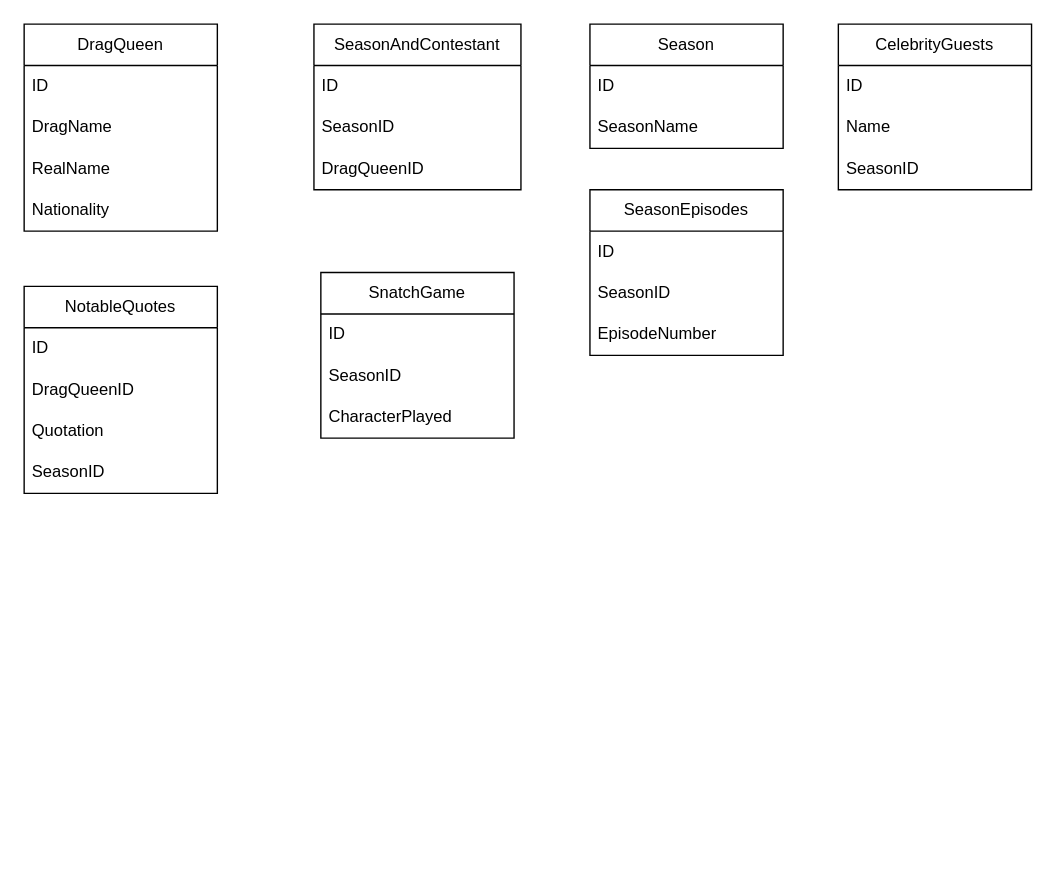
Earlier version of the draw.io diagram Rupaul's Drag Race.drawio (jellyfishfingers/RuPaulDragRace). Source tidied: cells renumbered, new cells numbered last; positions are measured from the earlier drawing's top-left corner, leaving out a move shared by most shapes. Both pictures are drawn from the tidied source at 138%, with x=0, y=0 at pixel (23, 23).
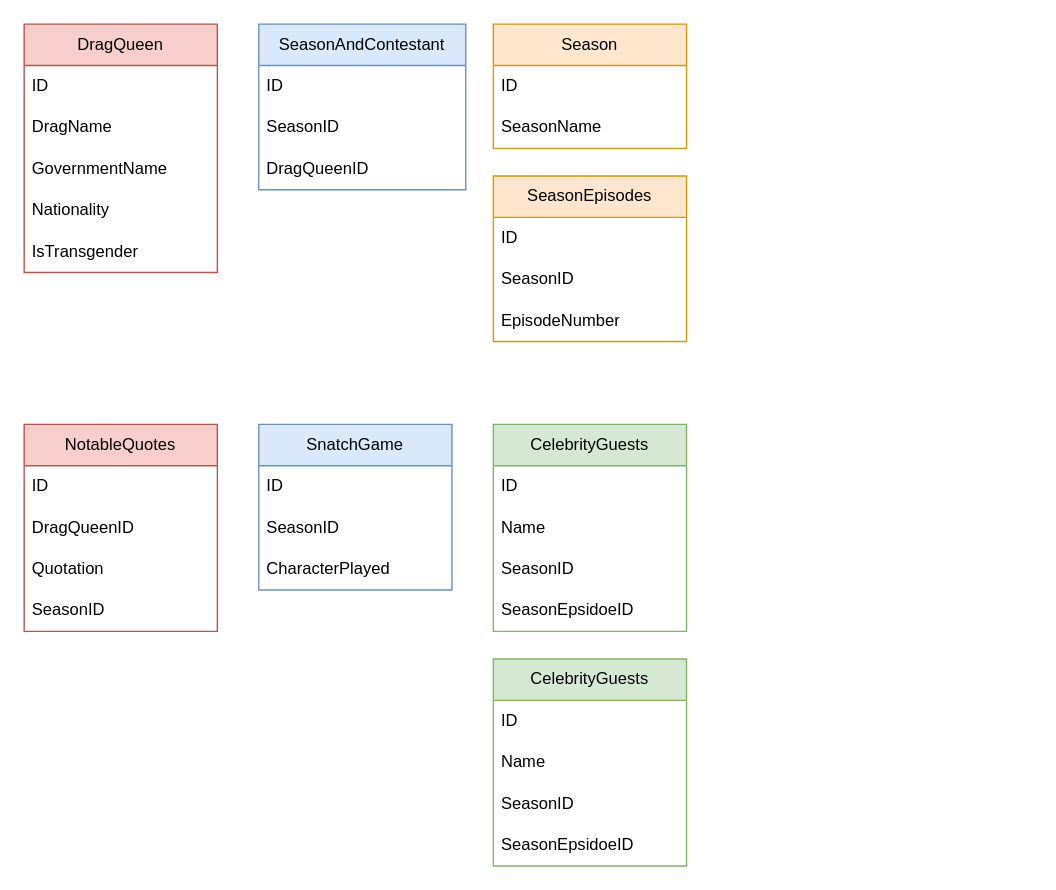
Above is the later version.

Change to the diagram source:
```diff
@@
-    <mxCell id="2" value="DragQueen" style="swimlane;fontStyle=0;horizontal=1;startSize=30;whiteSpace=wrap;html=1;" parent="1" vertex="1">
-      <mxGeometry width="140" height="150" as="geometry" />
+    <mxCell id="2" value="DragQueen" style="swimlane;fontStyle=0;horizontal=1;startSize=30;whiteSpace=wrap;html=1;fillColor=#f8cecc;strokeColor=#b85450;" parent="1" vertex="1">
+      <mxGeometry width="140" height="180" as="geometry" />
     </mxCell>
@@
-    <mxCell id="5" value="RealName" style="text;strokeColor=none;fillColor=none;align=left;verticalAlign=middle;spacingLeft=4;spacingRight=4;overflow=hidden;whiteSpace=wrap;html=1;" parent="2" vertex="1">
+    <mxCell id="5" value="GovernmentName" style="text;strokeColor=none;fillColor=none;align=left;verticalAlign=middle;spacingLeft=4;spacingRight=4;overflow=hidden;whiteSpace=wrap;html=1;" parent="2" vertex="1">
       <mxGeometry y="90" width="140" height="30" as="geometry" />
     </mxCell>
@@
+    <mxCell id="31" value="IsTransgender" style="text;strokeColor=none;fillColor=none;align=left;verticalAlign=middle;spacingLeft=4;spacingRight=4;overflow=hidden;whiteSpace=wrap;html=1;" parent="2" vertex="1">
+      <mxGeometry y="150" width="140" height="30" as="geometry" />
+    </mxCell>
-    <mxCell id="7" value="NotableQuotes" style="swimlane;fontStyle=0;horizontal=1;startSize=30;whiteSpace=wrap;html=1;" parent="1" vertex="1">
-      <mxGeometry y="190" width="140" height="150" as="geometry" />
+    <mxCell id="7" value="NotableQuotes" style="swimlane;fontStyle=0;horizontal=1;startSize=30;whiteSpace=wrap;html=1;fillColor=#f8cecc;strokeColor=#b85450;" parent="1" vertex="1">
+      <mxGeometry y="290" width="140" height="150" as="geometry" />
     </mxCell>
@@
-    <mxCell id="12" value="Season" style="swimlane;fontStyle=0;horizontal=1;startSize=30;whiteSpace=wrap;html=1;" parent="1" vertex="1">
-      <mxGeometry x="410" width="140" height="90" as="geometry" />
+    <mxCell id="12" value="Season" style="swimlane;fontStyle=0;horizontal=1;startSize=30;whiteSpace=wrap;html=1;fillColor=#ffe6cc;strokeColor=#d79b00;" parent="1" vertex="1">
+      <mxGeometry x="340" width="140" height="90" as="geometry" />
     </mxCell>
@@
-    <mxCell id="15" value="SeasonAndContestant" style="swimlane;fontStyle=0;horizontal=1;startSize=30;whiteSpace=wrap;html=1;" parent="1" vertex="1">
-      <mxGeometry x="210" width="150" height="120" as="geometry" />
+    <mxCell id="15" value="SeasonAndContestant" style="swimlane;fontStyle=0;horizontal=1;startSize=30;whiteSpace=wrap;html=1;fillColor=#dae8fc;strokeColor=#6c8ebf;" parent="1" vertex="1">
+      <mxGeometry x="170" width="150" height="120" as="geometry" />
     </mxCell>
@@
-    <mxCell id="19" value="CelebrityGuests" style="swimlane;fontStyle=0;horizontal=1;startSize=30;whiteSpace=wrap;html=1;" parent="1" vertex="1">
-      <mxGeometry x="590" width="140" height="120" as="geometry" />
+    <mxCell id="19" value="CelebrityGuests" style="swimlane;fontStyle=0;horizontal=1;startSize=30;whiteSpace=wrap;html=1;fillColor=#d5e8d4;strokeColor=#82b366;" parent="1" vertex="1">
+      <mxGeometry x="340" y="290" width="140" height="150" as="geometry" />
     </mxCell>
@@
+    <mxCell id="32" value="SeasonEpsidoeID" style="text;strokeColor=none;fillColor=none;align=left;verticalAlign=middle;spacingLeft=4;spacingRight=4;overflow=hidden;whiteSpace=wrap;html=1;" parent="19" vertex="1">
+      <mxGeometry y="120" width="140" height="30" as="geometry" />
+    </mxCell>
-    <mxCell id="23" value="SeasonEpisodes" style="swimlane;fontStyle=0;horizontal=1;startSize=30;whiteSpace=wrap;html=1;" parent="1" vertex="1">
-      <mxGeometry x="410" y="120" width="140" height="120" as="geometry" />
+    <mxCell id="23" value="SeasonEpisodes" style="swimlane;fontStyle=0;horizontal=1;startSize=30;whiteSpace=wrap;html=1;fillColor=#ffe6cc;strokeColor=#d79b00;" parent="1" vertex="1">
+      <mxGeometry x="340" y="110" width="140" height="120" as="geometry" />
     </mxCell>
@@
-    <mxCell id="27" value="SnatchGame" style="swimlane;fontStyle=0;horizontal=1;startSize=30;whiteSpace=wrap;html=1;" parent="1" vertex="1">
-      <mxGeometry x="215" y="180" width="140" height="120" as="geometry" />
+    <mxCell id="27" value="SnatchGame" style="swimlane;fontStyle=0;horizontal=1;startSize=30;whiteSpace=wrap;html=1;fillColor=#dae8fc;strokeColor=#6c8ebf;" parent="1" vertex="1">
+      <mxGeometry x="170" y="290" width="140" height="120" as="geometry" />
     </mxCell>
@@
+    <mxCell id="33" value="CelebrityGuests" style="swimlane;fontStyle=0;horizontal=1;startSize=30;whiteSpace=wrap;html=1;fillColor=#d5e8d4;strokeColor=#82b366;" parent="1" vertex="1">
+      <mxGeometry x="340" y="460" width="140" height="150" as="geometry" />
+    </mxCell>
+    <mxCell id="34" value="ID" style="text;strokeColor=none;fillColor=none;align=left;verticalAlign=middle;spacingLeft=4;spacingRight=4;overflow=hidden;whiteSpace=wrap;html=1;" parent="33" vertex="1">
+      <mxGeometry y="30" width="140" height="30" as="geometry" />
+    </mxCell>
+    <mxCell id="35" value="Name" style="text;strokeColor=none;fillColor=none;align=left;verticalAlign=middle;spacingLeft=4;spacingRight=4;overflow=hidden;whiteSpace=wrap;html=1;" parent="33" vertex="1">
+      <mxGeometry y="60" width="140" height="30" as="geometry" />
+    </mxCell>
+    <mxCell id="36" value="SeasonID" style="text;strokeColor=none;fillColor=none;align=left;verticalAlign=middle;spacingLeft=4;spacingRight=4;overflow=hidden;whiteSpace=wrap;html=1;" parent="33" vertex="1">
+      <mxGeometry y="90" width="140" height="30" as="geometry" />
+    </mxCell>
+    <mxCell id="37" value="SeasonEpsidoeID" style="text;strokeColor=none;fillColor=none;align=left;verticalAlign=middle;spacingLeft=4;spacingRight=4;overflow=hidden;whiteSpace=wrap;html=1;" parent="33" vertex="1">
+      <mxGeometry y="120" width="140" height="30" as="geometry" />
+    </mxCell>
```
